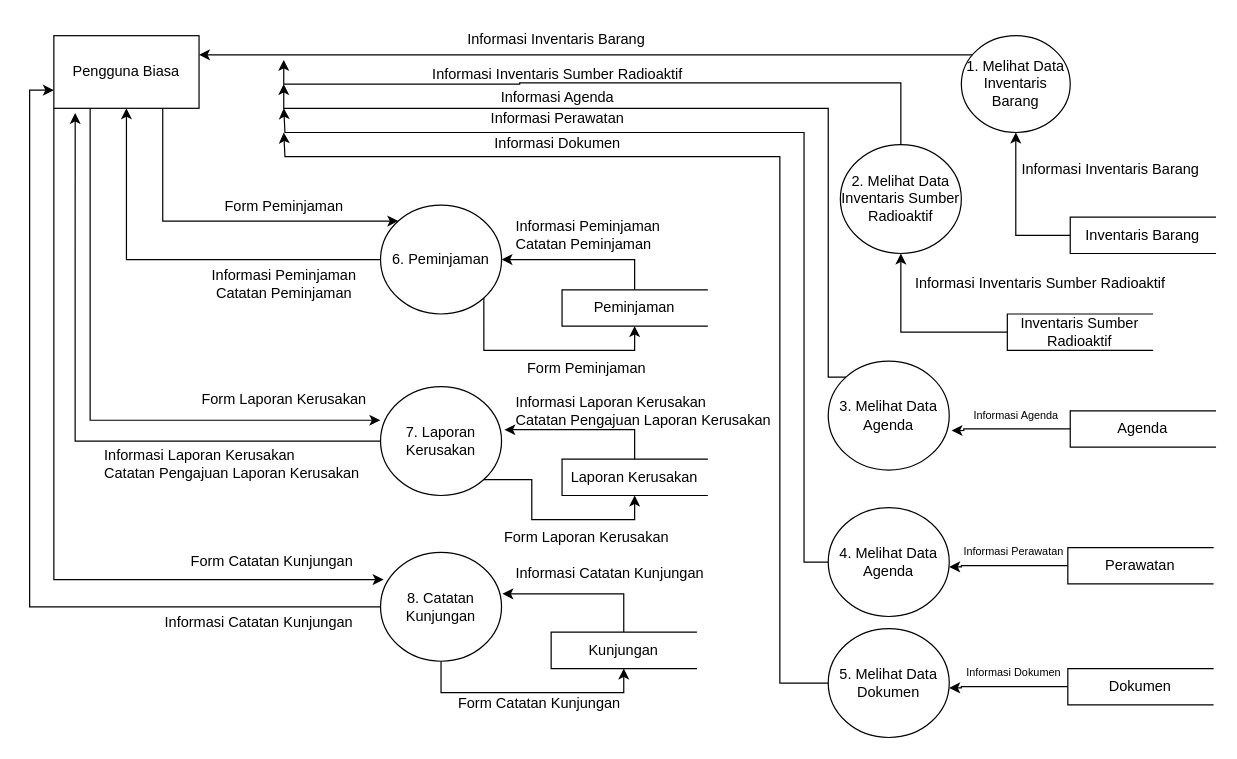
This is page "DFD-0 usre a" (3 of 6) of DFD.drawio from bomsiwor/wor-resolusi, a draw.io file, before an edit. Source tidied: cells renumbered, new cells numbered last; positions are measured from the earlier drawing's top-left corner, leaving out a move shared by most shapes. Both pictures are drawn from the tidied source at 121%, with x=0, y=0 at pixel (53, 21).
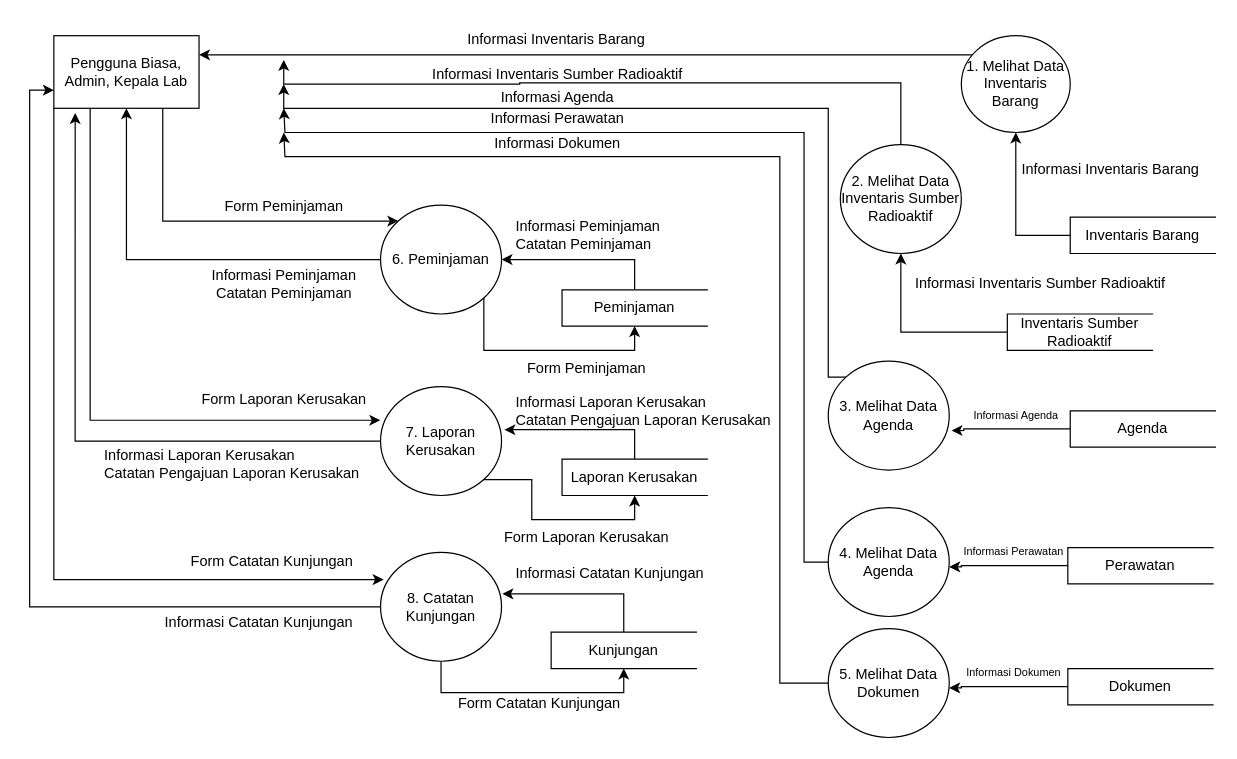
Above is the later version.

Diff of the diagram source:
```diff
@@
-    <mxCell id="5" value="Pengguna Biasa" style="rounded=0;whiteSpace=wrap;html=1;" parent="1" vertex="1">
+    <mxCell id="5" value="Pengguna Biasa, Admin, Kepala Lab" style="rounded=0;whiteSpace=wrap;html=1;" parent="1" vertex="1">
       <mxGeometry y="12" width="120" height="60" as="geometry" />
     </mxCell>
```
